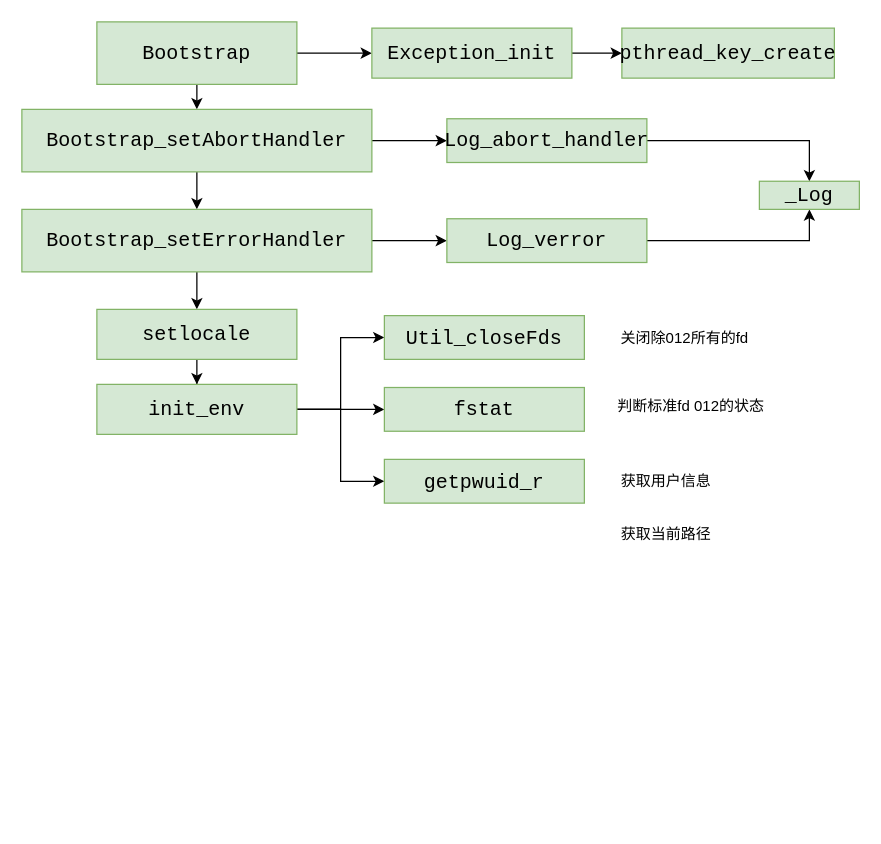
The draw.io diagram page "monit" (17 of 17) of test.drawio in lijin-coder/picture, before the edit. Source tidied: cells renumbered, new cells numbered last; positions are measured from the earlier drawing's top-left corner, leaving out a move shared by most shapes. Both pictures are drawn from the tidied source at 125%, with x=0, y=0 at pixel (21, 21).
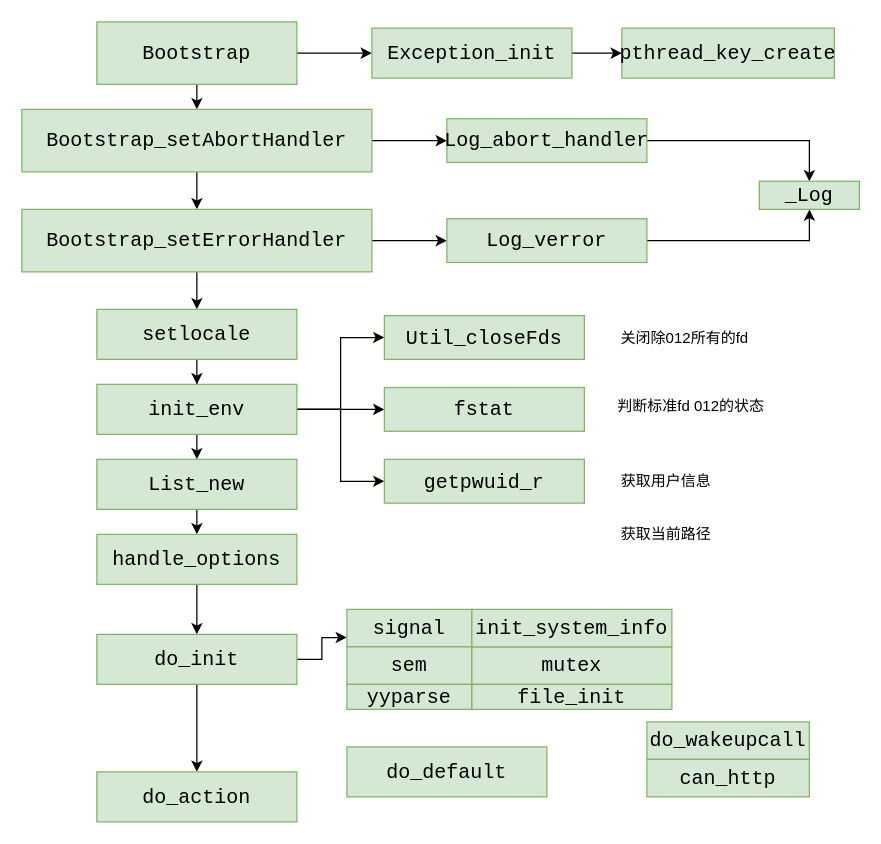
After the change.

Unchanged cells that the change refers to:
```xml
<mxCell id="24" value="&lt;div style=&quot;font-family: &amp;#34;consolas&amp;#34; , &amp;#34;courier new&amp;#34; , monospace ; font-size: 16px ; line-height: 22px&quot;&gt;&lt;div style=&quot;font-family: &amp;#34;consolas&amp;#34; , &amp;#34;courier new&amp;#34; , monospace ; line-height: 22px&quot;&gt;&lt;div style=&quot;font-family: &amp;#34;consolas&amp;#34; , &amp;#34;courier new&amp;#34; , monospace ; line-height: 22px&quot;&gt;&lt;div style=&quot;font-family: &amp;#34;consolas&amp;#34; , &amp;#34;courier new&amp;#34; , monospace ; line-height: 22px&quot;&gt;&lt;div style=&quot;font-family: &amp;#34;consolas&amp;#34; , &amp;#34;courier new&amp;#34; , monospace ; line-height: 22px&quot;&gt;init_env&lt;/div&gt;&lt;/div&gt;&lt;/div&gt;&lt;/div&gt;&lt;/div&gt;" style="rounded=0;whiteSpace=wrap;html=1;fillColor=#d5e8d4;strokeColor=#82b366;" parent="1" vertex="1">
  <mxGeometry x="60" y="290" width="160" height="40" as="geometry" />
</mxCell>
```

The edit, as a diff of the source:
```diff
@@
+    <mxCell id="32" style="edgeStyle=orthogonalEdgeStyle;rounded=0;jettySize=auto;html=1;exitX=0.5;exitY=1;exitDx=0;exitDy=0;entryX=0.5;entryY=0;entryDx=0;entryDy=0;" parent="1" edge="1" source="24" target="34">
+      <mxGeometry relative="1" as="geometry" />
+    </mxCell>
@@
+    <mxCell id="33" style="edgeStyle=orthogonalEdgeStyle;rounded=0;jettySize=auto;html=1;exitX=0.5;exitY=1;exitDx=0;exitDy=0;entryX=0.5;entryY=0;entryDx=0;entryDy=0;" parent="1" edge="1" source="34" target="36">
+      <mxGeometry relative="1" as="geometry" />
+    </mxCell>
+    <mxCell id="34" value="&lt;div style=&quot;font-family: &amp;#34;consolas&amp;#34; , &amp;#34;courier new&amp;#34; , monospace ; font-size: 16px ; line-height: 22px&quot;&gt;&lt;div style=&quot;font-family: &amp;#34;consolas&amp;#34; , &amp;#34;courier new&amp;#34; , monospace ; line-height: 22px&quot;&gt;&lt;div style=&quot;font-family: &amp;#34;consolas&amp;#34; , &amp;#34;courier new&amp;#34; , monospace ; line-height: 22px&quot;&gt;&lt;div style=&quot;font-family: &amp;#34;consolas&amp;#34; , &amp;#34;courier new&amp;#34; , monospace ; line-height: 22px&quot;&gt;&lt;div style=&quot;font-family: &amp;#34;consolas&amp;#34; , &amp;#34;courier new&amp;#34; , monospace ; line-height: 22px&quot;&gt;&lt;div style=&quot;font-family: &amp;#34;consolas&amp;#34; , &amp;#34;courier new&amp;#34; , monospace ; line-height: 22px&quot;&gt;List_new&lt;/div&gt;&lt;/div&gt;&lt;/div&gt;&lt;/div&gt;&lt;/div&gt;&lt;/div&gt;" style="rounded=0;whiteSpace=wrap;html=1;fillColor=#d5e8d4;strokeColor=#82b366;" parent="1" vertex="1">
+      <mxGeometry x="60" y="350" width="160" height="40" as="geometry" />
+    </mxCell>
+    <mxCell id="35" style="edgeStyle=orthogonalEdgeStyle;rounded=0;jettySize=auto;html=1;" parent="1" edge="1" source="36" target="39">
+      <mxGeometry relative="1" as="geometry" />
+    </mxCell>
+    <mxCell id="36" value="&lt;div style=&quot;font-family: &amp;#34;consolas&amp;#34; , &amp;#34;courier new&amp;#34; , monospace ; font-size: 16px ; line-height: 22px&quot;&gt;&lt;div style=&quot;font-family: &amp;#34;consolas&amp;#34; , &amp;#34;courier new&amp;#34; , monospace ; line-height: 22px&quot;&gt;&lt;div style=&quot;font-family: &amp;#34;consolas&amp;#34; , &amp;#34;courier new&amp;#34; , monospace ; line-height: 22px&quot;&gt;&lt;div style=&quot;font-family: &amp;#34;consolas&amp;#34; , &amp;#34;courier new&amp;#34; , monospace ; line-height: 22px&quot;&gt;&lt;div style=&quot;font-family: &amp;#34;consolas&amp;#34; , &amp;#34;courier new&amp;#34; , monospace ; line-height: 22px&quot;&gt;&lt;div style=&quot;font-family: &amp;#34;consolas&amp;#34; , &amp;#34;courier new&amp;#34; , monospace ; line-height: 22px&quot;&gt;&lt;div style=&quot;font-family: &amp;#34;consolas&amp;#34; , &amp;#34;courier new&amp;#34; , monospace ; line-height: 22px&quot;&gt;handle_options&lt;/div&gt;&lt;/div&gt;&lt;/div&gt;&lt;/div&gt;&lt;/div&gt;&lt;/div&gt;&lt;/div&gt;" style="rounded=0;whiteSpace=wrap;html=1;fillColor=#d5e8d4;strokeColor=#82b366;" parent="1" vertex="1">
+      <mxGeometry x="60" y="410" width="160" height="40" as="geometry" />
+    </mxCell>
+    <mxCell id="37" style="edgeStyle=orthogonalEdgeStyle;rounded=0;jettySize=auto;html=1;entryX=0;entryY=0.75;entryDx=0;entryDy=0;" parent="1" edge="1" source="39" target="40">
+      <mxGeometry relative="1" as="geometry" />
+    </mxCell>
+    <mxCell id="38" style="edgeStyle=orthogonalEdgeStyle;rounded=0;jettySize=auto;html=1;" parent="1" edge="1" source="39" target="46">
+      <mxGeometry relative="1" as="geometry" />
+    </mxCell>
+    <mxCell id="39" value="&lt;div style=&quot;font-family: &amp;#34;consolas&amp;#34; , &amp;#34;courier new&amp;#34; , monospace ; font-size: 16px ; line-height: 22px&quot;&gt;&lt;div style=&quot;font-family: &amp;#34;consolas&amp;#34; , &amp;#34;courier new&amp;#34; , monospace ; line-height: 22px&quot;&gt;&lt;div style=&quot;font-family: &amp;#34;consolas&amp;#34; , &amp;#34;courier new&amp;#34; , monospace ; line-height: 22px&quot;&gt;&lt;div style=&quot;font-family: &amp;#34;consolas&amp;#34; , &amp;#34;courier new&amp;#34; , monospace ; line-height: 22px&quot;&gt;&lt;div style=&quot;font-family: &amp;#34;consolas&amp;#34; , &amp;#34;courier new&amp;#34; , monospace ; line-height: 22px&quot;&gt;&lt;div style=&quot;font-family: &amp;#34;consolas&amp;#34; , &amp;#34;courier new&amp;#34; , monospace ; line-height: 22px&quot;&gt;&lt;div style=&quot;font-family: &amp;#34;consolas&amp;#34; , &amp;#34;courier new&amp;#34; , monospace ; line-height: 22px&quot;&gt;&lt;div style=&quot;font-family: &amp;#34;consolas&amp;#34; , &amp;#34;courier new&amp;#34; , monospace ; line-height: 22px&quot;&gt;do_init&lt;/div&gt;&lt;/div&gt;&lt;/div&gt;&lt;/div&gt;&lt;/div&gt;&lt;/div&gt;&lt;/div&gt;&lt;/div&gt;" style="rounded=0;whiteSpace=wrap;html=1;fillColor=#d5e8d4;strokeColor=#82b366;" parent="1" vertex="1">
+      <mxGeometry x="60" y="490" width="160" height="40" as="geometry" />
+    </mxCell>
+    <mxCell id="40" value="&lt;div style=&quot;font-family: &amp;#34;consolas&amp;#34; , &amp;#34;courier new&amp;#34; , monospace ; font-size: 16px ; line-height: 22px&quot;&gt;&lt;div style=&quot;font-family: &amp;#34;consolas&amp;#34; , &amp;#34;courier new&amp;#34; , monospace ; line-height: 22px&quot;&gt;&lt;div style=&quot;font-family: &amp;#34;consolas&amp;#34; , &amp;#34;courier new&amp;#34; , monospace ; line-height: 22px&quot;&gt;&lt;div style=&quot;font-family: &amp;#34;consolas&amp;#34; , &amp;#34;courier new&amp;#34; , monospace ; line-height: 22px&quot;&gt;&lt;div style=&quot;font-family: &amp;#34;consolas&amp;#34; , &amp;#34;courier new&amp;#34; , monospace ; line-height: 22px&quot;&gt;&lt;div style=&quot;font-family: &amp;#34;consolas&amp;#34; , &amp;#34;courier new&amp;#34; , monospace ; line-height: 22px&quot;&gt;&lt;div style=&quot;font-family: &amp;#34;consolas&amp;#34; , &amp;#34;courier new&amp;#34; , monospace ; line-height: 22px&quot;&gt;signal&lt;/div&gt;&lt;/div&gt;&lt;/div&gt;&lt;/div&gt;&lt;/div&gt;&lt;/div&gt;&lt;/div&gt;" style="rounded=0;whiteSpace=wrap;html=1;fillColor=#d5e8d4;strokeColor=#82b366;" parent="1" vertex="1">
+      <mxGeometry x="260" y="470" width="100" height="30" as="geometry" />
+    </mxCell>
+    <mxCell id="41" value="&lt;div style=&quot;font-family: &amp;#34;consolas&amp;#34; , &amp;#34;courier new&amp;#34; , monospace ; font-size: 16px ; line-height: 22px&quot;&gt;&lt;div style=&quot;font-family: &amp;#34;consolas&amp;#34; , &amp;#34;courier new&amp;#34; , monospace ; line-height: 22px&quot;&gt;&lt;div style=&quot;font-family: &amp;#34;consolas&amp;#34; , &amp;#34;courier new&amp;#34; , monospace ; line-height: 22px&quot;&gt;&lt;div style=&quot;font-family: &amp;#34;consolas&amp;#34; , &amp;#34;courier new&amp;#34; , monospace ; line-height: 22px&quot;&gt;&lt;div style=&quot;font-family: &amp;#34;consolas&amp;#34; , &amp;#34;courier new&amp;#34; , monospace ; line-height: 22px&quot;&gt;&lt;div style=&quot;font-family: &amp;#34;consolas&amp;#34; , &amp;#34;courier new&amp;#34; , monospace ; line-height: 22px&quot;&gt;&lt;div style=&quot;font-family: &amp;#34;consolas&amp;#34; , &amp;#34;courier new&amp;#34; , monospace ; line-height: 22px&quot;&gt;sem&lt;/div&gt;&lt;/div&gt;&lt;/div&gt;&lt;/div&gt;&lt;/div&gt;&lt;/div&gt;&lt;/div&gt;" style="rounded=0;whiteSpace=wrap;html=1;fillColor=#d5e8d4;strokeColor=#82b366;" parent="1" vertex="1">
+      <mxGeometry x="260" y="500" width="100" height="30" as="geometry" />
+    </mxCell>
+    <mxCell id="42" value="&lt;div style=&quot;font-family: &amp;#34;consolas&amp;#34; , &amp;#34;courier new&amp;#34; , monospace ; font-size: 16px ; line-height: 22px&quot;&gt;&lt;div style=&quot;font-family: &amp;#34;consolas&amp;#34; , &amp;#34;courier new&amp;#34; , monospace ; line-height: 22px&quot;&gt;&lt;div style=&quot;font-family: &amp;#34;consolas&amp;#34; , &amp;#34;courier new&amp;#34; , monospace ; line-height: 22px&quot;&gt;&lt;div style=&quot;font-family: &amp;#34;consolas&amp;#34; , &amp;#34;courier new&amp;#34; , monospace ; line-height: 22px&quot;&gt;&lt;div style=&quot;font-family: &amp;#34;consolas&amp;#34; , &amp;#34;courier new&amp;#34; , monospace ; line-height: 22px&quot;&gt;&lt;div style=&quot;font-family: &amp;#34;consolas&amp;#34; , &amp;#34;courier new&amp;#34; , monospace ; line-height: 22px&quot;&gt;&lt;div style=&quot;font-family: &amp;#34;consolas&amp;#34; , &amp;#34;courier new&amp;#34; , monospace ; line-height: 22px&quot;&gt;mutex&lt;/div&gt;&lt;/div&gt;&lt;/div&gt;&lt;/div&gt;&lt;/div&gt;&lt;/div&gt;&lt;/div&gt;" style="rounded=0;whiteSpace=wrap;html=1;fillColor=#d5e8d4;strokeColor=#82b366;" parent="1" vertex="1">
+      <mxGeometry x="360" y="500" width="160" height="30" as="geometry" />
+    </mxCell>
+    <mxCell id="43" value="&lt;div style=&quot;font-family: &amp;#34;consolas&amp;#34; , &amp;#34;courier new&amp;#34; , monospace ; font-size: 16px ; line-height: 22px&quot;&gt;&lt;div style=&quot;font-family: &amp;#34;consolas&amp;#34; , &amp;#34;courier new&amp;#34; , monospace ; line-height: 22px&quot;&gt;&lt;div style=&quot;font-family: &amp;#34;consolas&amp;#34; , &amp;#34;courier new&amp;#34; , monospace ; line-height: 22px&quot;&gt;&lt;div style=&quot;font-family: &amp;#34;consolas&amp;#34; , &amp;#34;courier new&amp;#34; , monospace ; line-height: 22px&quot;&gt;&lt;div style=&quot;font-family: &amp;#34;consolas&amp;#34; , &amp;#34;courier new&amp;#34; , monospace ; line-height: 22px&quot;&gt;&lt;div style=&quot;font-family: &amp;#34;consolas&amp;#34; , &amp;#34;courier new&amp;#34; , monospace ; line-height: 22px&quot;&gt;&lt;div style=&quot;font-family: &amp;#34;consolas&amp;#34; , &amp;#34;courier new&amp;#34; , monospace ; line-height: 22px&quot;&gt;yyparse&lt;/div&gt;&lt;/div&gt;&lt;/div&gt;&lt;/div&gt;&lt;/div&gt;&lt;/div&gt;&lt;/div&gt;" style="rounded=0;whiteSpace=wrap;html=1;fillColor=#d5e8d4;strokeColor=#82b366;" parent="1" vertex="1">
+      <mxGeometry x="260" y="530" width="100" height="20" as="geometry" />
+    </mxCell>
+    <mxCell id="44" value="&lt;div style=&quot;font-family: &amp;#34;consolas&amp;#34; , &amp;#34;courier new&amp;#34; , monospace ; font-size: 16px ; line-height: 22px&quot;&gt;&lt;div style=&quot;font-family: &amp;#34;consolas&amp;#34; , &amp;#34;courier new&amp;#34; , monospace ; line-height: 22px&quot;&gt;&lt;div style=&quot;font-family: &amp;#34;consolas&amp;#34; , &amp;#34;courier new&amp;#34; , monospace ; line-height: 22px&quot;&gt;&lt;div style=&quot;font-family: &amp;#34;consolas&amp;#34; , &amp;#34;courier new&amp;#34; , monospace ; line-height: 22px&quot;&gt;&lt;div style=&quot;font-family: &amp;#34;consolas&amp;#34; , &amp;#34;courier new&amp;#34; , monospace ; line-height: 22px&quot;&gt;&lt;div style=&quot;font-family: &amp;#34;consolas&amp;#34; , &amp;#34;courier new&amp;#34; , monospace ; line-height: 22px&quot;&gt;&lt;div style=&quot;font-family: &amp;#34;consolas&amp;#34; , &amp;#34;courier new&amp;#34; , monospace ; line-height: 22px&quot;&gt;&lt;div style=&quot;font-family: &amp;#34;consolas&amp;#34; , &amp;#34;courier new&amp;#34; , monospace ; line-height: 22px&quot;&gt;file_init&lt;/div&gt;&lt;/div&gt;&lt;/div&gt;&lt;/div&gt;&lt;/div&gt;&lt;/div&gt;&lt;/div&gt;&lt;/div&gt;" style="rounded=0;whiteSpace=wrap;html=1;fillColor=#d5e8d4;strokeColor=#82b366;" parent="1" vertex="1">
+      <mxGeometry x="360" y="530" width="160" height="20" as="geometry" />
+    </mxCell>
+    <mxCell id="45" value="&lt;div style=&quot;font-family: &amp;#34;consolas&amp;#34; , &amp;#34;courier new&amp;#34; , monospace ; font-size: 16px ; line-height: 22px&quot;&gt;&lt;div style=&quot;font-family: &amp;#34;consolas&amp;#34; , &amp;#34;courier new&amp;#34; , monospace ; line-height: 22px&quot;&gt;&lt;div style=&quot;font-family: &amp;#34;consolas&amp;#34; , &amp;#34;courier new&amp;#34; , monospace ; line-height: 22px&quot;&gt;&lt;div style=&quot;font-family: &amp;#34;consolas&amp;#34; , &amp;#34;courier new&amp;#34; , monospace ; line-height: 22px&quot;&gt;&lt;div style=&quot;font-family: &amp;#34;consolas&amp;#34; , &amp;#34;courier new&amp;#34; , monospace ; line-height: 22px&quot;&gt;&lt;div style=&quot;font-family: &amp;#34;consolas&amp;#34; , &amp;#34;courier new&amp;#34; , monospace ; line-height: 22px&quot;&gt;&lt;div style=&quot;font-family: &amp;#34;consolas&amp;#34; , &amp;#34;courier new&amp;#34; , monospace ; line-height: 22px&quot;&gt;&lt;div style=&quot;font-family: &amp;#34;consolas&amp;#34; , &amp;#34;courier new&amp;#34; , monospace ; line-height: 22px&quot;&gt;&lt;div style=&quot;font-family: &amp;#34;consolas&amp;#34; , &amp;#34;courier new&amp;#34; , monospace ; line-height: 22px&quot;&gt;init_system_info&lt;/div&gt;&lt;/div&gt;&lt;/div&gt;&lt;/div&gt;&lt;/div&gt;&lt;/div&gt;&lt;/div&gt;&lt;/div&gt;&lt;/div&gt;" style="rounded=0;whiteSpace=wrap;html=1;fillColor=#d5e8d4;strokeColor=#82b366;" parent="1" vertex="1">
+      <mxGeometry x="360" y="470" width="160" height="30" as="geometry" />
+    </mxCell>
+    <mxCell id="46" value="&lt;div style=&quot;font-family: &amp;#34;consolas&amp;#34; , &amp;#34;courier new&amp;#34; , monospace ; font-size: 16px ; line-height: 22px&quot;&gt;&lt;div style=&quot;font-family: &amp;#34;consolas&amp;#34; , &amp;#34;courier new&amp;#34; , monospace ; line-height: 22px&quot;&gt;&lt;div style=&quot;font-family: &amp;#34;consolas&amp;#34; , &amp;#34;courier new&amp;#34; , monospace ; line-height: 22px&quot;&gt;&lt;div style=&quot;font-family: &amp;#34;consolas&amp;#34; , &amp;#34;courier new&amp;#34; , monospace ; line-height: 22px&quot;&gt;&lt;div style=&quot;font-family: &amp;#34;consolas&amp;#34; , &amp;#34;courier new&amp;#34; , monospace ; line-height: 22px&quot;&gt;&lt;div style=&quot;font-family: &amp;#34;consolas&amp;#34; , &amp;#34;courier new&amp;#34; , monospace ; line-height: 22px&quot;&gt;&lt;div style=&quot;font-family: &amp;#34;consolas&amp;#34; , &amp;#34;courier new&amp;#34; , monospace ; line-height: 22px&quot;&gt;&lt;div style=&quot;font-family: &amp;#34;consolas&amp;#34; , &amp;#34;courier new&amp;#34; , monospace ; line-height: 22px&quot;&gt;&lt;div style=&quot;font-family: &amp;#34;consolas&amp;#34; , &amp;#34;courier new&amp;#34; , monospace ; line-height: 22px&quot;&gt;do_action&lt;/div&gt;&lt;/div&gt;&lt;/div&gt;&lt;/div&gt;&lt;/div&gt;&lt;/div&gt;&lt;/div&gt;&lt;/div&gt;&lt;/div&gt;" style="rounded=0;whiteSpace=wrap;html=1;fillColor=#d5e8d4;strokeColor=#82b366;" parent="1" vertex="1">
+      <mxGeometry x="60" y="600" width="160" height="40" as="geometry" />
+    </mxCell>
+    <mxCell id="47" value="&lt;div style=&quot;font-family: &amp;#34;consolas&amp;#34; , &amp;#34;courier new&amp;#34; , monospace ; font-size: 16px ; line-height: 22px&quot;&gt;&lt;div style=&quot;font-family: &amp;#34;consolas&amp;#34; , &amp;#34;courier new&amp;#34; , monospace ; line-height: 22px&quot;&gt;&lt;div style=&quot;font-family: &amp;#34;consolas&amp;#34; , &amp;#34;courier new&amp;#34; , monospace ; line-height: 22px&quot;&gt;&lt;div style=&quot;font-family: &amp;#34;consolas&amp;#34; , &amp;#34;courier new&amp;#34; , monospace ; line-height: 22px&quot;&gt;&lt;div style=&quot;font-family: &amp;#34;consolas&amp;#34; , &amp;#34;courier new&amp;#34; , monospace ; line-height: 22px&quot;&gt;&lt;div style=&quot;font-family: &amp;#34;consolas&amp;#34; , &amp;#34;courier new&amp;#34; , monospace ; line-height: 22px&quot;&gt;&lt;div style=&quot;font-family: &amp;#34;consolas&amp;#34; , &amp;#34;courier new&amp;#34; , monospace ; line-height: 22px&quot;&gt;&lt;div style=&quot;font-family: &amp;#34;consolas&amp;#34; , &amp;#34;courier new&amp;#34; , monospace ; line-height: 22px&quot;&gt;&lt;div style=&quot;font-family: &amp;#34;consolas&amp;#34; , &amp;#34;courier new&amp;#34; , monospace ; line-height: 22px&quot;&gt;&lt;div style=&quot;font-family: &amp;#34;consolas&amp;#34; , &amp;#34;courier new&amp;#34; , monospace ; line-height: 22px&quot;&gt;do_default&lt;/div&gt;&lt;/div&gt;&lt;/div&gt;&lt;/div&gt;&lt;/div&gt;&lt;/div&gt;&lt;/div&gt;&lt;/div&gt;&lt;/div&gt;&lt;/div&gt;" style="rounded=0;whiteSpace=wrap;html=1;fillColor=#d5e8d4;strokeColor=#82b366;" parent="1" vertex="1">
+      <mxGeometry x="260" y="580" width="160" height="40" as="geometry" />
+    </mxCell>
+    <mxCell id="48" value="&lt;div style=&quot;font-family: &amp;#34;consolas&amp;#34; , &amp;#34;courier new&amp;#34; , monospace ; font-size: 16px ; line-height: 22px&quot;&gt;&lt;div style=&quot;font-family: &amp;#34;consolas&amp;#34; , &amp;#34;courier new&amp;#34; , monospace ; line-height: 22px&quot;&gt;&lt;div style=&quot;font-family: &amp;#34;consolas&amp;#34; , &amp;#34;courier new&amp;#34; , monospace ; line-height: 22px&quot;&gt;&lt;div style=&quot;font-family: &amp;#34;consolas&amp;#34; , &amp;#34;courier new&amp;#34; , monospace ; line-height: 22px&quot;&gt;&lt;div style=&quot;font-family: &amp;#34;consolas&amp;#34; , &amp;#34;courier new&amp;#34; , monospace ; line-height: 22px&quot;&gt;&lt;div style=&quot;font-family: &amp;#34;consolas&amp;#34; , &amp;#34;courier new&amp;#34; , monospace ; line-height: 22px&quot;&gt;&lt;div style=&quot;font-family: &amp;#34;consolas&amp;#34; , &amp;#34;courier new&amp;#34; , monospace ; line-height: 22px&quot;&gt;&lt;div style=&quot;font-family: &amp;#34;consolas&amp;#34; , &amp;#34;courier new&amp;#34; , monospace ; line-height: 22px&quot;&gt;&lt;div style=&quot;font-family: &amp;#34;consolas&amp;#34; , &amp;#34;courier new&amp;#34; , monospace ; line-height: 22px&quot;&gt;&lt;div style=&quot;font-family: &amp;#34;consolas&amp;#34; , &amp;#34;courier new&amp;#34; , monospace ; line-height: 22px&quot;&gt;&lt;div style=&quot;font-family: &amp;#34;consolas&amp;#34; , &amp;#34;courier new&amp;#34; , monospace ; line-height: 22px&quot;&gt;do_wakeupcall&lt;/div&gt;&lt;/div&gt;&lt;/div&gt;&lt;/div&gt;&lt;/div&gt;&lt;/div&gt;&lt;/div&gt;&lt;/div&gt;&lt;/div&gt;&lt;/div&gt;&lt;/div&gt;" style="rounded=0;whiteSpace=wrap;html=1;fillColor=#d5e8d4;strokeColor=#82b366;" parent="1" vertex="1">
+      <mxGeometry x="500" y="560" width="130" height="30" as="geometry" />
+    </mxCell>
+    <mxCell id="49" value="&lt;div style=&quot;font-family: &amp;#34;consolas&amp;#34; , &amp;#34;courier new&amp;#34; , monospace ; font-size: 16px ; line-height: 22px&quot;&gt;&lt;div style=&quot;font-family: &amp;#34;consolas&amp;#34; , &amp;#34;courier new&amp;#34; , monospace ; line-height: 22px&quot;&gt;&lt;div style=&quot;font-family: &amp;#34;consolas&amp;#34; , &amp;#34;courier new&amp;#34; , monospace ; line-height: 22px&quot;&gt;&lt;div style=&quot;font-family: &amp;#34;consolas&amp;#34; , &amp;#34;courier new&amp;#34; , monospace ; line-height: 22px&quot;&gt;&lt;div style=&quot;font-family: &amp;#34;consolas&amp;#34; , &amp;#34;courier new&amp;#34; , monospace ; line-height: 22px&quot;&gt;&lt;div style=&quot;font-family: &amp;#34;consolas&amp;#34; , &amp;#34;courier new&amp;#34; , monospace ; line-height: 22px&quot;&gt;&lt;div style=&quot;font-family: &amp;#34;consolas&amp;#34; , &amp;#34;courier new&amp;#34; , monospace ; line-height: 22px&quot;&gt;&lt;div style=&quot;font-family: &amp;#34;consolas&amp;#34; , &amp;#34;courier new&amp;#34; , monospace ; line-height: 22px&quot;&gt;&lt;div style=&quot;font-family: &amp;#34;consolas&amp;#34; , &amp;#34;courier new&amp;#34; , monospace ; line-height: 22px&quot;&gt;&lt;div style=&quot;font-family: &amp;#34;consolas&amp;#34; , &amp;#34;courier new&amp;#34; , monospace ; line-height: 22px&quot;&gt;&lt;div style=&quot;font-family: &amp;#34;consolas&amp;#34; , &amp;#34;courier new&amp;#34; , monospace ; line-height: 22px&quot;&gt;&lt;div style=&quot;font-family: &amp;#34;consolas&amp;#34; , &amp;#34;courier new&amp;#34; , monospace ; line-height: 22px&quot;&gt;can_http&lt;/div&gt;&lt;/div&gt;&lt;/div&gt;&lt;/div&gt;&lt;/div&gt;&lt;/div&gt;&lt;/div&gt;&lt;/div&gt;&lt;/div&gt;&lt;/div&gt;&lt;/div&gt;&lt;/div&gt;" style="rounded=0;whiteSpace=wrap;html=1;fillColor=#d5e8d4;strokeColor=#82b366;" parent="1" vertex="1">
+      <mxGeometry x="500" y="590" width="130" height="30" as="geometry" />
+    </mxCell>
```
